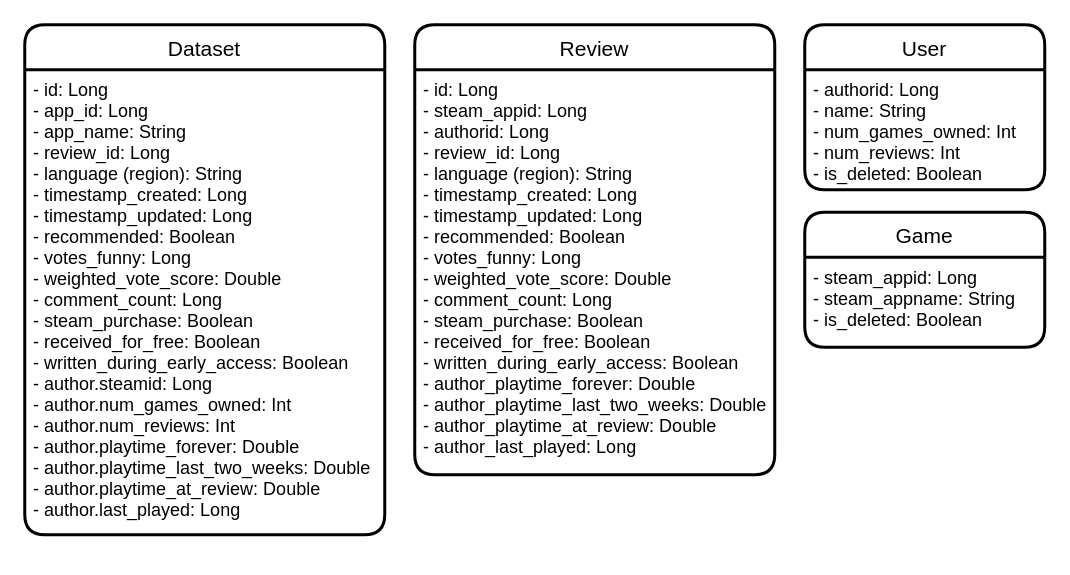
Before: src/main/resources/diagram.drawio in wyaldalex/akka-project-steam-reviews, a draw.io diagram. Source tidied: cells renumbered, new cells numbered last; positions are measured from the earlier drawing's top-left corner, leaving out a move shared by most shapes. Both pictures are drawn from the tidied source at 150%, with x=0, y=0 at pixel (24, 24).
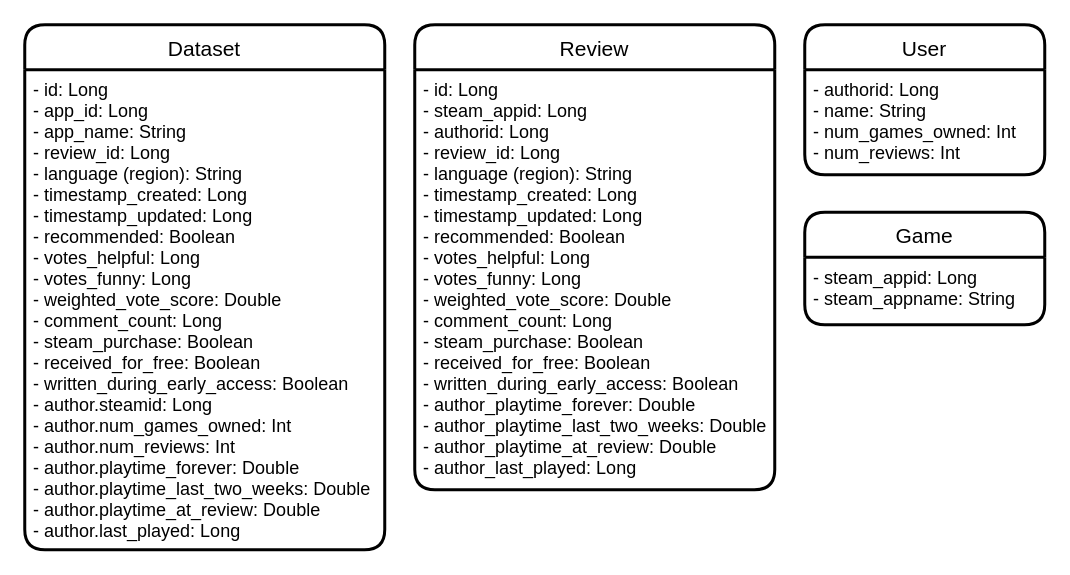
Above is the later version.

Commit message:
:memo: Updated entities to add field

Change to the diagram source:
```diff
@@
 <mxGraphModel>
   <root>
     <mxCell id="0" />
     <mxCell id="1" parent="0" />
     <mxCell id="2" value="Dataset" style="swimlane;horizontal=1;startSize=30;rounded=1;fontSize=14;fontStyle=0;strokeWidth=2;shadow=0;dashed=0;align=center;" parent="1" vertex="1">
-      <mxGeometry width="240" height="340" as="geometry" />
+      <mxGeometry width="240" height="350" as="geometry" />
     </mxCell>
-    <mxCell id="3" value="- id: Long&#10;- app_id: Long&#10;- app_name: String&#10;- review_id: Long&#10;- language (region): String&#10;- timestamp_created: Long&#10;- timestamp_updated: Long&#10;- recommended: Boolean&#10;- votes_funny: Long&#10;- weighted_vote_score: Double&#10;- comment_count: Long&#10;- steam_purchase: Boolean&#10;- received_for_free: Boolean&#10;- written_during_early_access: Boolean&#10;- author.steamid: Long&#10;- author.num_games_owned: Int&#10;- author.num_reviews: Int&#10;- author.playtime_forever: Double&#10;- author.playtime_last_two_weeks: Double&#10;- author.playtime_at_review: Double&#10;- author.last_played: Long" style="align=left;strokeColor=none;fillColor=none;spacingLeft=4;fontSize=12;verticalAlign=top;" parent="2" vertex="1">
-      <mxGeometry y="30" width="240" height="310" as="geometry" />
+    <mxCell id="3" value="- id: Long&#10;- app_id: Long&#10;- app_name: String&#10;- review_id: Long&#10;- language (region): String&#10;- timestamp_created: Long&#10;- timestamp_updated: Long&#10;- recommended: Boolean&#10;- votes_helpful: Long&#10;- votes_funny: Long&#10;- weighted_vote_score: Double&#10;- comment_count: Long&#10;- steam_purchase: Boolean&#10;- received_for_free: Boolean&#10;- written_during_early_access: Boolean&#10;- author.steamid: Long&#10;- author.num_games_owned: Int&#10;- author.num_reviews: Int&#10;- author.playtime_forever: Double&#10;- author.playtime_last_two_weeks: Double&#10;- author.playtime_at_review: Double&#10;- author.last_played: Long" style="align=left;strokeColor=none;fillColor=none;spacingLeft=4;fontSize=12;verticalAlign=top;" parent="2" vertex="1">
+      <mxGeometry y="30" width="240" height="320" as="geometry" />
     </mxCell>
     <mxCell id="4" value="Game" style="swimlane;horizontal=1;startSize=30;rounded=1;fontSize=14;fontStyle=0;strokeWidth=2;shadow=0;dashed=0;align=center;" parent="1" vertex="1">
-      <mxGeometry x="520" y="125" width="160" height="90" as="geometry" />
+      <mxGeometry x="520" y="125" width="160" height="75" as="geometry" />
     </mxCell>
-    <mxCell id="5" value="- steam_appid: Long&#10;- steam_appname: String&#10;- is_deleted: Boolean&#10;" style="align=left;strokeColor=none;fillColor=none;spacingLeft=4;fontSize=12;verticalAlign=top;" parent="4" vertex="1">
-      <mxGeometry y="30" width="160" height="60" as="geometry" />
+    <mxCell id="5" value="- steam_appid: Long&#10;- steam_appname: String" style="align=left;strokeColor=none;fillColor=none;spacingLeft=4;fontSize=12;verticalAlign=top;" parent="4" vertex="1">
+      <mxGeometry y="30" width="160" height="45" as="geometry" />
     </mxCell>
     <mxCell id="6" value="User" style="swimlane;horizontal=1;startSize=30;rounded=1;fontSize=14;fontStyle=0;strokeWidth=2;shadow=0;dashed=0;align=center;" parent="1" vertex="1">
-      <mxGeometry x="520" width="160" height="110" as="geometry" />
+      <mxGeometry x="520" width="160" height="100" as="geometry" />
     </mxCell>
-    <mxCell id="7" value="- authorid: Long&#10;- name: String&#10;- num_games_owned: Int&#10;- num_reviews: Int&#10;- is_deleted: Boolean" style="align=left;strokeColor=none;fillColor=none;spacingLeft=4;fontSize=12;verticalAlign=top;" parent="6" vertex="1">
-      <mxGeometry y="30" width="160" height="80" as="geometry" />
+    <mxCell id="7" value="- authorid: Long&#10;- name: String&#10;- num_games_owned: Int&#10;- num_reviews: Int" style="align=left;strokeColor=none;fillColor=none;spacingLeft=4;fontSize=12;verticalAlign=top;" parent="6" vertex="1">
+      <mxGeometry y="30" width="160" height="70" as="geometry" />
     </mxCell>
     <mxCell id="8" value="Review" style="swimlane;horizontal=1;startSize=30;rounded=1;fontSize=14;fontStyle=0;strokeWidth=2;shadow=0;dashed=0;align=center;" parent="1" vertex="1">
-      <mxGeometry x="260" width="240" height="300" as="geometry" />
+      <mxGeometry x="260" width="240" height="310" as="geometry" />
     </mxCell>
-    <mxCell id="9" value="- id: Long&#10;- steam_appid: Long&#10;- authorid: Long&#10;- review_id: Long&#10;- language (region): String&#10;- timestamp_created: Long&#10;- timestamp_updated: Long&#10;- recommended: Boolean&#10;- votes_funny: Long&#10;- weighted_vote_score: Double&#10;- comment_count: Long&#10;- steam_purchase: Boolean&#10;- received_for_free: Boolean&#10;- written_during_early_access: Boolean&#10;- author_playtime_forever: Double&#10;- author_playtime_last_two_weeks: Double&#10;- author_playtime_at_review: Double&#10;- author_last_played: Long" style="align=left;strokeColor=none;fillColor=none;spacingLeft=4;fontSize=12;verticalAlign=top;" parent="8" vertex="1">
-      <mxGeometry y="30" width="240" height="270" as="geometry" />
+    <mxCell id="9" value="- id: Long&#10;- steam_appid: Long&#10;- authorid: Long&#10;- review_id: Long&#10;- language (region): String&#10;- timestamp_created: Long&#10;- timestamp_updated: Long&#10;- recommended: Boolean&#10;- votes_helpful: Long&#10;- votes_funny: Long&#10;- weighted_vote_score: Double&#10;- comment_count: Long&#10;- steam_purchase: Boolean&#10;- received_for_free: Boolean&#10;- written_during_early_access: Boolean&#10;- author_playtime_forever: Double&#10;- author_playtime_last_two_weeks: Double&#10;- author_playtime_at_review: Double&#10;- author_last_played: Long" style="align=left;strokeColor=none;fillColor=none;spacingLeft=4;fontSize=12;verticalAlign=top;" parent="8" vertex="1">
+      <mxGeometry y="30" width="240" height="280" as="geometry" />
     </mxCell>
   </root>
 </mxGraphModel>
```
